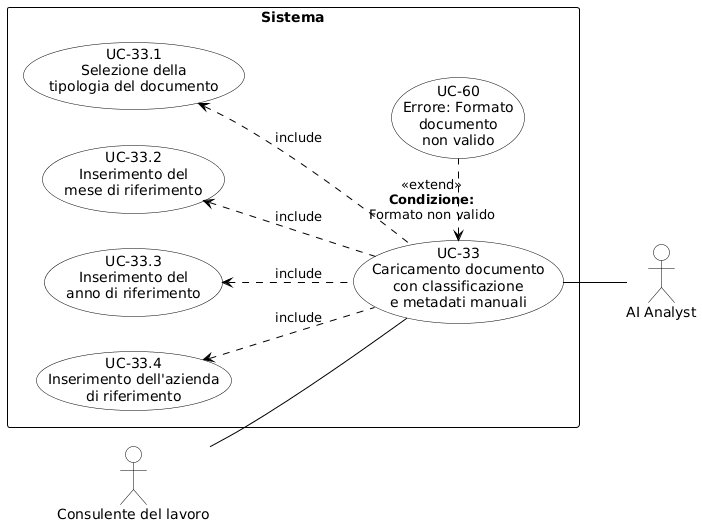
The PlantUML diagram RTB/Analisi dei Requisiti/diagrammi_use_case/UC-33.png in aLittleByte-19/Documentazione, before a commit.
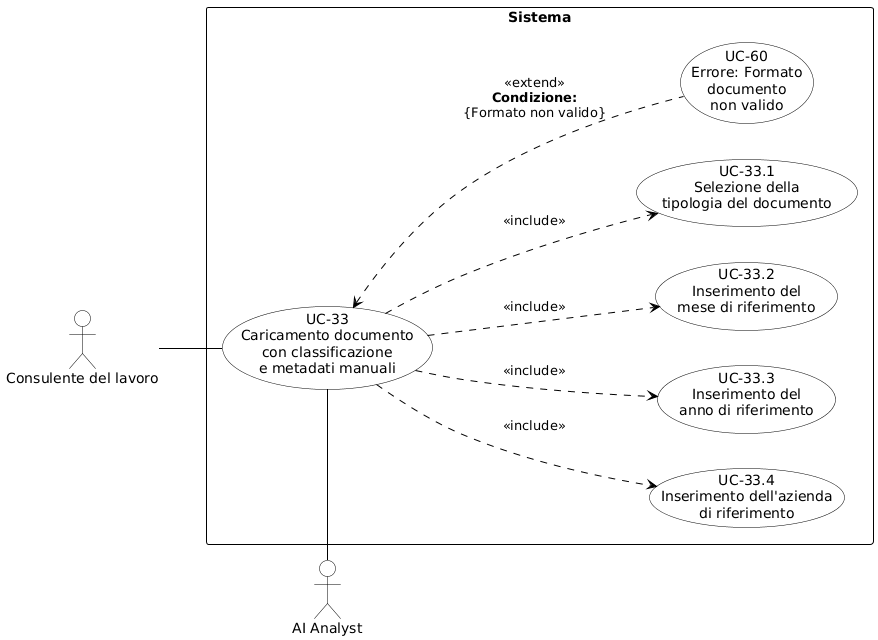
The same diagram one commit later.

Change to the diagram source:
```diff
@@ -29,16 +29,16 @@
 
     usecase "UC-60\nErrore: Formato\ndocumento\nnon valido" as UC60
 
-    UC33 .up.> UC33_4 : «include»
-    UC33 .up.> UC33_3 : «include»
-    UC33 .up.> UC33_2 : «include»
-    UC33 .up.> UC33_1 : «include»
+    UC33 .down.> UC33_4 : \n«include»
+    UC33 .down.> UC33_3 : \n«include»
+    UC33 .down.> UC33_2 : \n«include»
+    UC33 .down.> UC33_1 : \n«include»
 
-    UC60 .left.> UC33 : «extend»\n<b>Condizione:</b>\nFormato non valido
+    UC60 .up.> UC33 : \n«extend»\n<b>Condizione:</b>\n{Formato non valido}
 }
 
 actor "AI Analyst" as ai_analyst
 
 cdl -- UC33
-UC33 -- ai_analyst
+UC33 -left- ai_analyst
 @enduml
```
